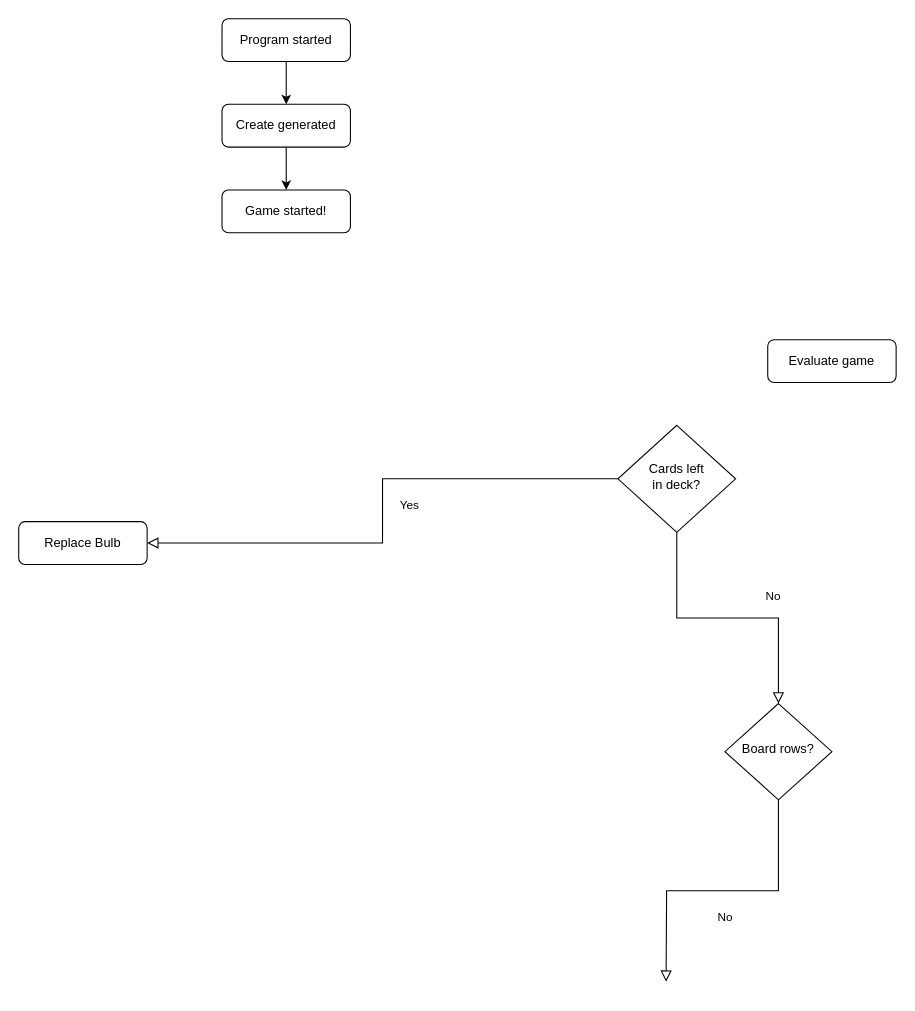
Above: idioten/documentation/idioten_flow_chart_gameplay.drawio in dmiek/devops (draw.io), before the change. Source tidied: cells renumbered, new cells numbered last; positions are measured from the earlier drawing's top-left corner, leaving out a move shared by most shapes. Both pictures are drawn from the tidied source at 107%, with x=0, y=0 at pixel (18, 18).
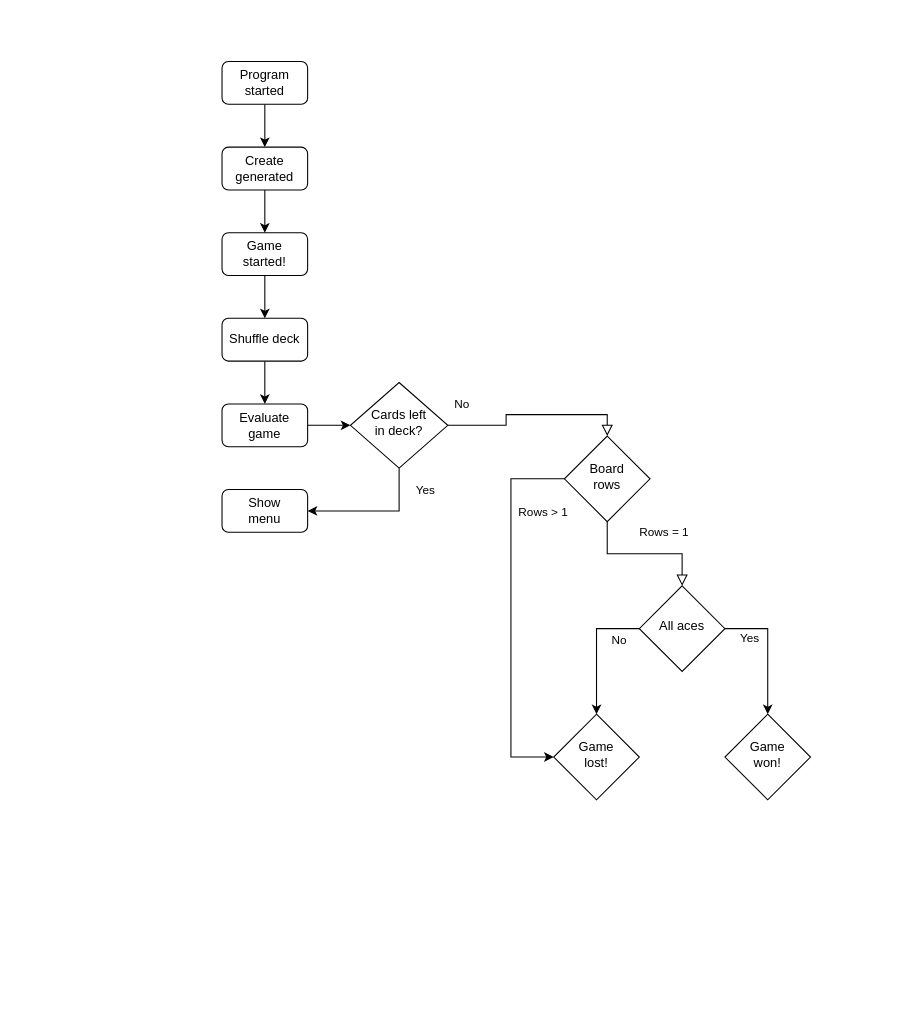
Above is the later version.

Commit message:
Flow chart work

What changed in the source:
```diff
@@
+    <mxCell id="14" style="edgeStyle=orthogonalEdgeStyle;rounded=0;jettySize=auto;html=1;targetPerimeterSpacing=0;strokeWidth=1;exitX=0;exitY=0.5;exitDx=0;exitDy=0;" parent="1" edge="1" source="23" target="25">
+      <mxGeometry relative="1" as="geometry" />
+    </mxCell>
+    <mxCell id="15" value="No" style="edgeLabel;html=1;align=center;verticalAlign=middle;" parent="14" vertex="1">
+      <mxGeometry x="-0.11" relative="1" as="geometry">
+        <mxPoint x="20" y="-3" as="offset" />
+      </mxGeometry>
+    </mxCell>
+    <mxCell id="16" style="edgeStyle=orthogonalEdgeStyle;rounded=0;jettySize=auto;html=1;" parent="1" edge="1" source="2" target="27">
+      <mxGeometry relative="1" as="geometry" />
+    </mxCell>
-    <mxCell id="2" value="Game started!" style="rounded=1;whiteSpace=wrap;html=1;fontSize=12;glass=0;strokeWidth=1;shadow=0;" parent="1" vertex="1">
-      <mxGeometry x="190" y="160" width="120" height="40" as="geometry" />
+    <mxCell id="2" value="Game&lt;br&gt;started!" style="rounded=1;whiteSpace=wrap;html=1;fontSize=12;glass=0;strokeWidth=1;shadow=0;" parent="1" vertex="1">
+      <mxGeometry x="190" y="200" width="80" height="40" as="geometry" />
     </mxCell>
@@
     <mxCell id="4" value="Create generated" style="rounded=1;whiteSpace=wrap;html=1;fontSize=12;glass=0;strokeWidth=1;shadow=0;" parent="1" vertex="1">
-      <mxGeometry x="190" y="80" width="120" height="40" as="geometry" />
+      <mxGeometry x="190" y="120" width="80" height="40" as="geometry" />
     </mxCell>
     <mxCell id="5" value="No" style="rounded=0;html=1;jettySize=auto;fontSize=11;endArrow=block;endFill=0;endSize=8;strokeWidth=1;shadow=0;labelBackgroundColor=none;edgeStyle=orthogonalEdgeStyle;entryX=0.5;entryY=0;entryDx=0;entryDy=0;" parent="1" edge="1" source="7" target="11">
-      <mxGeometry x="0.33" y="20" relative="1" as="geometry" />
+      <mxGeometry x="-0.85" y="20" relative="1" as="geometry" />
     </mxCell>
-    <mxCell id="6" value="Yes" style="edgeStyle=orthogonalEdgeStyle;rounded=0;html=1;jettySize=auto;fontSize=11;endArrow=block;endFill=0;endSize=8;strokeWidth=1;shadow=0;labelBackgroundColor=none;" parent="1" edge="1" source="7" target="8">
-      <mxGeometry x="-0.22" y="25" relative="1" as="geometry" />
-    </mxCell>
+    <mxCell id="17" style="edgeStyle=orthogonalEdgeStyle;rounded=0;jettySize=auto;html=1;exitX=0.5;exitY=1;exitDx=0;exitDy=0;entryX=1;entryY=0.5;entryDx=0;entryDy=0;" parent="1" edge="1" source="7" target="28">
+      <mxGeometry relative="1" as="geometry" />
+    </mxCell>
+    <mxCell id="18" value="Yes" style="edgeLabel;html=1;align=center;verticalAlign=middle;" parent="17" vertex="1">
+      <mxGeometry x="-0.41" y="-1" relative="1" as="geometry">
+        <mxPoint x="25" y="-17" as="offset" />
+      </mxGeometry>
+    </mxCell>
     <mxCell id="7" value="Cards left &lt;br&gt;in deck?" style="rhombus;whiteSpace=wrap;html=1;shadow=0;fontFamily=Helvetica;fontSize=12;align=center;strokeWidth=1;spacing=6;spacingTop=-4;" parent="1" vertex="1">
-      <mxGeometry x="560" y="380" width="110" height="100" as="geometry" />
+      <mxGeometry x="310" y="340" width="91" height="80" as="geometry" />
     </mxCell>
+    <mxCell id="19" style="edgeStyle=orthogonalEdgeStyle;rounded=0;jettySize=auto;html=1;" parent="1" edge="1" source="8" target="7">
+      <mxGeometry relative="1" as="geometry" />
+    </mxCell>
-    <mxCell id="8" value="Replace Bulb" style="rounded=1;whiteSpace=wrap;html=1;fontSize=12;glass=0;strokeWidth=1;shadow=0;" parent="1" vertex="1">
-      <mxGeometry y="470" width="120" height="40" as="geometry" />
+    <mxCell id="8" value="Evaluate&lt;br&gt;game" style="rounded=1;whiteSpace=wrap;html=1;fontSize=12;glass=0;strokeWidth=1;shadow=0;" parent="1" vertex="1">
+      <mxGeometry x="190" y="360" width="80" height="40" as="geometry" />
     </mxCell>
@@
     <mxCell id="10" value="Program started" style="rounded=1;whiteSpace=wrap;html=1;fontSize=12;glass=0;strokeWidth=1;shadow=0;" parent="1" vertex="1">
-      <mxGeometry x="190" width="120" height="40" as="geometry" />
+      <mxGeometry x="190" y="40" width="80" height="40" as="geometry" />
     </mxCell>
-    <mxCell id="11" value="Board rows?" style="rhombus;whiteSpace=wrap;html=1;shadow=0;fontFamily=Helvetica;fontSize=12;align=center;strokeWidth=1;spacing=6;spacingTop=-4;" parent="1" vertex="1">
-      <mxGeometry x="660" y="640" width="100" height="90" as="geometry" />
+    <mxCell id="11" value="Board&lt;br&gt;rows" style="rhombus;whiteSpace=wrap;html=1;shadow=0;fontFamily=Helvetica;fontSize=12;align=center;strokeWidth=1;spacing=6;spacingTop=-4;" parent="1" vertex="1">
+      <mxGeometry x="510" y="390" width="80" height="80" as="geometry" />
     </mxCell>
-    <mxCell id="12" value="Evaluate game" style="rounded=1;whiteSpace=wrap;html=1;fontSize=12;glass=0;strokeWidth=1;shadow=0;" parent="1" vertex="1">
-      <mxGeometry x="700" y="300" width="120" height="40" as="geometry" />
-    </mxCell>
-    <mxCell id="13" value="No" style="rounded=0;html=1;jettySize=auto;fontSize=11;endArrow=block;endFill=0;endSize=8;strokeWidth=1;shadow=0;labelBackgroundColor=none;edgeStyle=orthogonalEdgeStyle;entryX=0.5;entryY=0;entryDx=0;entryDy=0;exitX=0.5;exitY=1;exitDx=0;exitDy=0;" parent="1" edge="1" source="11">
-      <mxGeometry x="-0.02" y="25" relative="1" as="geometry">
-        <mxPoint x="605" y="900" as="targetPoint" />
-      </mxGeometry>
+    <mxCell id="13" value="Rows = 1" style="rounded=0;html=1;jettySize=auto;fontSize=11;endArrow=block;endFill=0;endSize=8;strokeWidth=1;shadow=0;labelBackgroundColor=none;edgeStyle=orthogonalEdgeStyle;exitX=0.5;exitY=1;exitDx=0;exitDy=0;entryX=0.5;entryY=0;entryDx=0;entryDy=0;" parent="1" edge="1" source="11" target="23">
+      <mxGeometry x="0.27" y="20" relative="1" as="geometry" />
     </mxCell>
+    <mxCell id="20" value="Rows &amp;gt; 1" style="endArrow=classic;html=1;rounded=0;shadow=0;edgeStyle=orthogonalEdgeStyle;horizontal=1;strokeColor=default;entryX=0;entryY=0.5;entryDx=0;entryDy=0;exitX=0;exitY=0.5;exitDx=0;exitDy=0;" parent="1" edge="1" source="11" target="25">
+      <mxGeometry x="-0.54" y="30" relative="1" as="geometry">
+        <Array as="points">
+          <mxPoint x="460" y="430" />
+          <mxPoint x="460" y="690" />
+        </Array>
+      </mxGeometry>
+    </mxCell>
+    <mxCell id="21" style="edgeStyle=orthogonalEdgeStyle;rounded=0;jettySize=auto;html=1;exitX=1;exitY=0.5;exitDx=0;exitDy=0;" parent="1" edge="1" source="23" target="24">
+      <mxGeometry relative="1" as="geometry" />
+    </mxCell>
+    <mxCell id="22" value="Yes" style="edgeLabel;html=1;align=center;verticalAlign=middle;" parent="21" vertex="1">
+      <mxGeometry x="0.05" relative="1" as="geometry">
+        <mxPoint x="-18" y="-15" as="offset" />
+      </mxGeometry>
+    </mxCell>
+    <mxCell id="23" value="All aces" style="rhombus;whiteSpace=wrap;html=1;shadow=0;fontFamily=Helvetica;fontSize=12;align=center;strokeWidth=1;spacing=6;spacingTop=-4;" parent="1" vertex="1">
+      <mxGeometry x="580" y="530" width="80" height="80" as="geometry" />
+    </mxCell>
+    <mxCell id="24" value="Game&lt;br&gt;won!" style="rhombus;whiteSpace=wrap;html=1;shadow=0;fontFamily=Helvetica;fontSize=12;align=center;strokeWidth=1;spacing=6;spacingTop=-4;" parent="1" vertex="1">
+      <mxGeometry x="660" y="650" width="80" height="80" as="geometry" />
+    </mxCell>
+    <mxCell id="25" value="Game&lt;br&gt;lost!" style="rhombus;whiteSpace=wrap;html=1;shadow=0;strokeWidth=1;spacing=6;spacingTop=-4;" parent="1" vertex="1">
+      <mxGeometry x="500" y="650" width="80" height="80" as="geometry" />
+    </mxCell>
+    <mxCell id="26" style="edgeStyle=orthogonalEdgeStyle;rounded=0;jettySize=auto;html=1;entryX=0.5;entryY=0;entryDx=0;entryDy=0;" parent="1" edge="1" source="27" target="8">
+      <mxGeometry relative="1" as="geometry" />
+    </mxCell>
+    <mxCell id="27" value="Shuffle deck" style="whiteSpace=wrap;html=1;rounded=1;glass=0;strokeWidth=1;shadow=0;" parent="1" vertex="1">
+      <mxGeometry x="190" y="280" width="80" height="40" as="geometry" />
+    </mxCell>
+    <mxCell id="28" value="Show&lt;br&gt;menu" style="whiteSpace=wrap;html=1;rounded=1;glass=0;strokeWidth=1;shadow=0;" parent="1" vertex="1">
+      <mxGeometry x="190" y="440" width="80" height="40" as="geometry" />
+    </mxCell>
```
